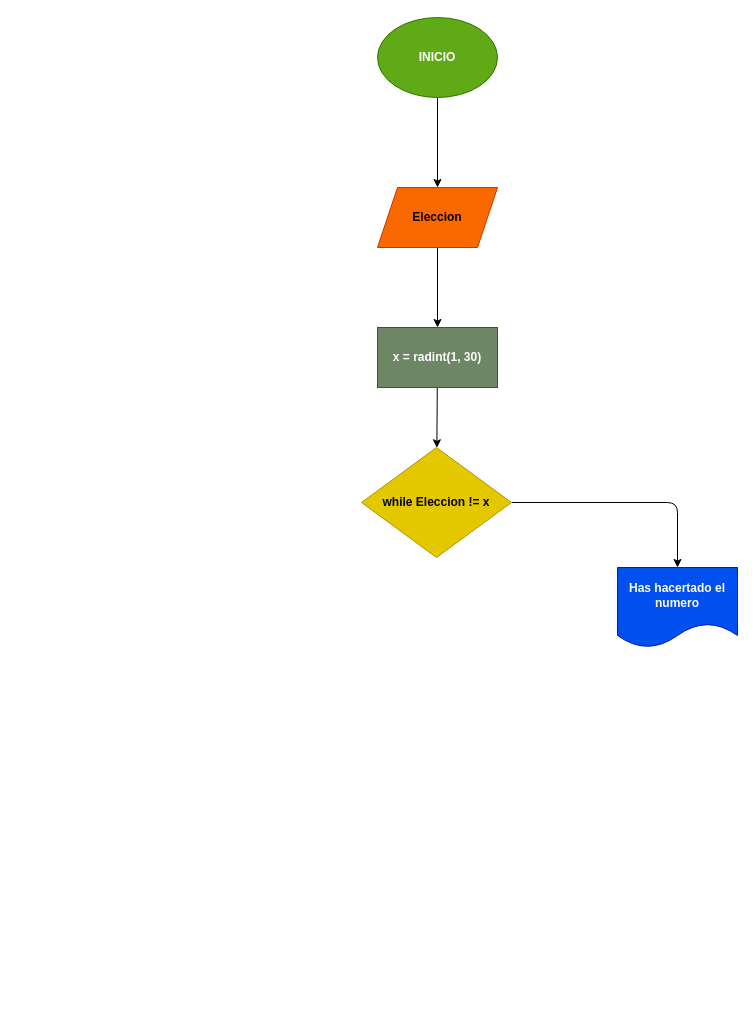
Animador-BJ/Adivina_el_Numero keeps this draw.io diagram as Diagrama.drawio. Above is the earlier version. Source tidied: cells renumbered, new cells numbered last; positions are measured from the earlier drawing's top-left corner, leaving out a move shared by most shapes. Both pictures are drawn from the tidied source at 100%, with x=0, y=0 at pixel (361, 17).
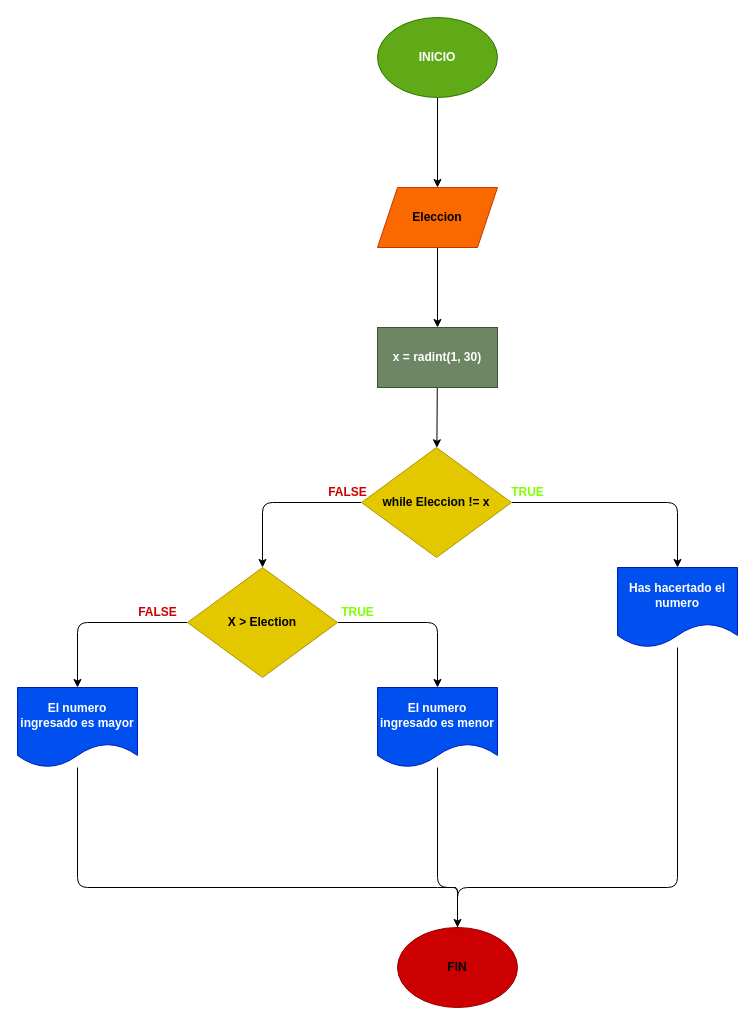
After the change.

The change refers to these unchanged cells:
```xml
<mxCell id="9" value="&lt;b&gt;while Eleccion != x&lt;/b&gt;" style="rhombus;whiteSpace=wrap;html=1;fillColor=#e3c800;strokeColor=#B09500;fontColor=#000000;" parent="1" vertex="1">
  <mxGeometry y="430" width="150" height="110" as="geometry" />
</mxCell>
<mxCell id="10" value="&lt;b&gt;Has hacertado el numero&lt;/b&gt;" style="shape=document;whiteSpace=wrap;html=1;boundedLbl=1;fillColor=#0050ef;strokeColor=#001DBC;fontColor=#ffffff;" parent="1" vertex="1">
  <mxGeometry x="256" y="550" width="120" height="80" as="geometry" />
</mxCell>
```

The edit, as a diff of the source:
```diff
@@
+    <mxCell id="11" style="edgeStyle=none;html=1;entryX=0.5;entryY=0;entryDx=0;entryDy=0;" parent="1" edge="1" source="9" target="15">
+      <mxGeometry relative="1" as="geometry">
+        <Array as="points">
+          <mxPoint x="-99" y="485" />
+        </Array>
+      </mxGeometry>
+    </mxCell>
@@
+    <mxCell id="12" style="edgeStyle=none;html=1;" parent="1" edge="1" source="10">
+      <mxGeometry relative="1" as="geometry">
+        <mxPoint x="96" y="950" as="targetPoint" />
+        <Array as="points">
+          <mxPoint x="316" y="870" />
+          <mxPoint x="96" y="870" />
+        </Array>
+      </mxGeometry>
+    </mxCell>
@@
+    <mxCell id="13" style="edgeStyle=none;html=1;entryX=0.5;entryY=0;entryDx=0;entryDy=0;" parent="1" edge="1" source="15" target="17">
+      <mxGeometry relative="1" as="geometry">
+        <Array as="points">
+          <mxPoint x="76" y="605" />
+        </Array>
+      </mxGeometry>
+    </mxCell>
+    <mxCell id="14" style="edgeStyle=none;html=1;" parent="1" edge="1" source="15" target="19">
+      <mxGeometry relative="1" as="geometry">
+        <Array as="points">
+          <mxPoint x="-284" y="605" />
+        </Array>
+      </mxGeometry>
+    </mxCell>
+    <mxCell id="15" value="&lt;b&gt;X &amp;gt; Election&lt;/b&gt;" style="rhombus;whiteSpace=wrap;html=1;fillColor=#e3c800;strokeColor=#B09500;fontColor=#000000;" parent="1" vertex="1">
+      <mxGeometry x="-174" y="550" width="150" height="110" as="geometry" />
+    </mxCell>
+    <mxCell id="16" style="edgeStyle=none;html=1;" parent="1" edge="1" source="17">
+      <mxGeometry relative="1" as="geometry">
+        <mxPoint x="96" y="950" as="targetPoint" />
+        <Array as="points">
+          <mxPoint x="76" y="870" />
+          <mxPoint x="96" y="870" />
+          <mxPoint x="96" y="880" />
+        </Array>
+      </mxGeometry>
+    </mxCell>
+    <mxCell id="17" value="&lt;b&gt;El numero ingresado es menor&lt;/b&gt;" style="shape=document;whiteSpace=wrap;html=1;boundedLbl=1;fillColor=#0050ef;strokeColor=#001DBC;fontColor=#ffffff;" parent="1" vertex="1">
+      <mxGeometry x="16" y="670" width="120" height="80" as="geometry" />
+    </mxCell>
+    <mxCell id="18" style="edgeStyle=none;html=1;" parent="1" edge="1" source="19" target="20">
+      <mxGeometry relative="1" as="geometry">
+        <Array as="points">
+          <mxPoint x="-284" y="870" />
+          <mxPoint x="86" y="870" />
+          <mxPoint x="96" y="870" />
+          <mxPoint x="96" y="880" />
+        </Array>
+      </mxGeometry>
+    </mxCell>
+    <mxCell id="19" value="&lt;b&gt;El numero ingresado es mayor&lt;/b&gt;" style="shape=document;whiteSpace=wrap;html=1;boundedLbl=1;fillColor=#0050ef;strokeColor=#001DBC;fontColor=#ffffff;" parent="1" vertex="1">
+      <mxGeometry x="-344" y="670" width="120" height="80" as="geometry" />
+    </mxCell>
+    <mxCell id="20" value="&lt;b&gt;FIN&lt;/b&gt;" style="ellipse;whiteSpace=wrap;html=1;strokeColor=#990000;fillColor=#CC0000;" parent="1" vertex="1">
+      <mxGeometry x="36" y="910" width="120" height="80" as="geometry" />
+    </mxCell>
+    <mxCell id="21" value="&lt;b&gt;&lt;font color=&quot;#80ff00&quot;&gt;TRUE&lt;/font&gt;&lt;/b&gt;" style="text;html=1;align=center;verticalAlign=middle;strokeColor=none;fillColor=none;" parent="1" vertex="1">
+      <mxGeometry x="136" y="460" width="60" height="30" as="geometry" />
+    </mxCell>
+    <mxCell id="22" value="&lt;b&gt;&lt;font color=&quot;#80ff00&quot;&gt;TRUE&lt;/font&gt;&lt;/b&gt;" style="text;html=1;align=center;verticalAlign=middle;strokeColor=none;fillColor=none;" parent="1" vertex="1">
+      <mxGeometry x="-34" y="580" width="60" height="30" as="geometry" />
+    </mxCell>
+    <mxCell id="23" value="&lt;font color=&quot;#cc0000&quot;&gt;&lt;b&gt;FALSE&lt;/b&gt;&lt;/font&gt;" style="text;html=1;align=center;verticalAlign=middle;strokeColor=none;fillColor=none;fontColor=#80FF00;" parent="1" vertex="1">
+      <mxGeometry x="-44" y="460" width="60" height="30" as="geometry" />
+    </mxCell>
+    <mxCell id="24" value="&lt;font color=&quot;#cc0000&quot;&gt;&lt;b&gt;FALSE&lt;/b&gt;&lt;/font&gt;" style="text;html=1;align=center;verticalAlign=middle;strokeColor=none;fillColor=none;fontColor=#80FF00;" parent="1" vertex="1">
+      <mxGeometry x="-234" y="580" width="60" height="30" as="geometry" />
+    </mxCell>
```
